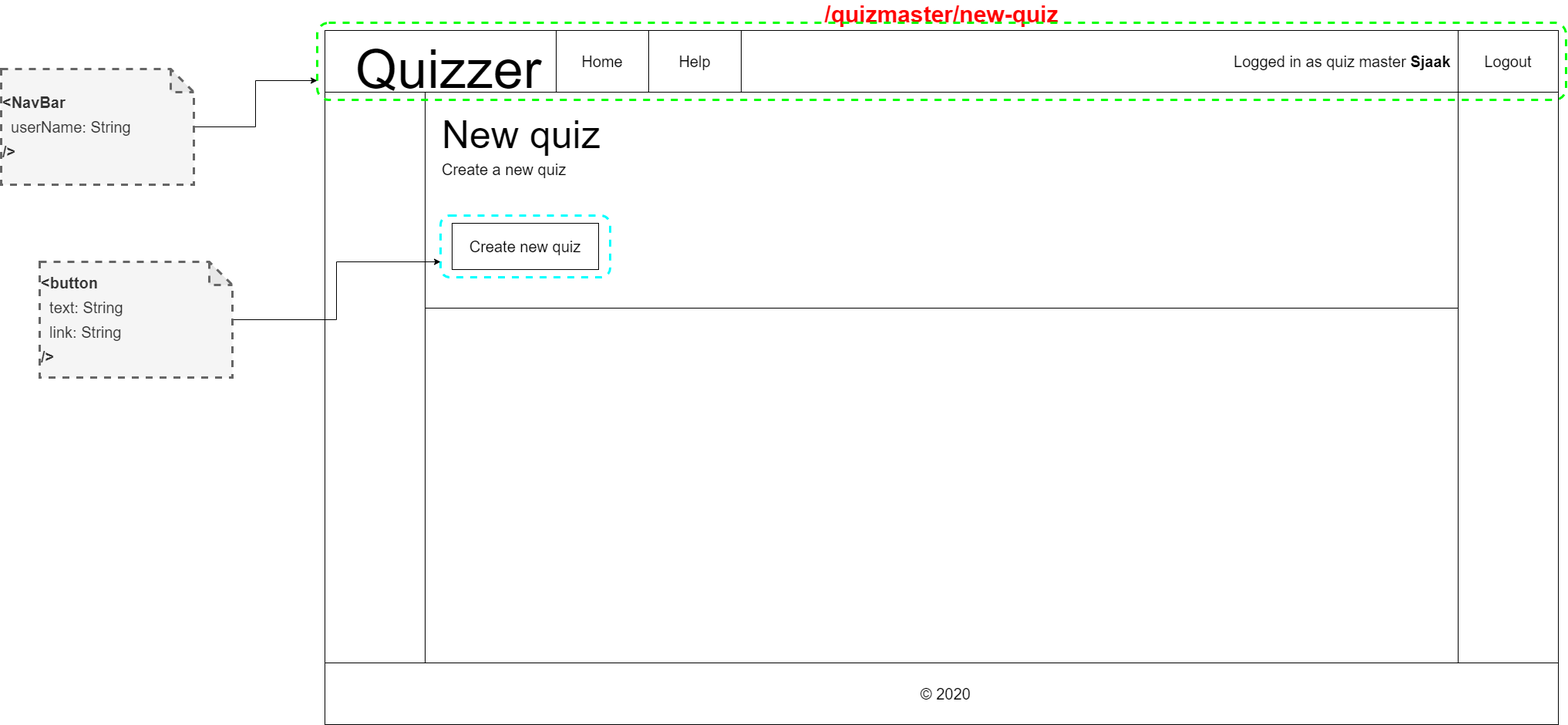
This is docs/wireframes-with-react-components/quizmaster-new-quiz.png from IkBenDeSjaak/Quizzer, a draw.io export, as it was before one commit. Source tidied: cells renumbered, new cells last; positions are measured from the earlier drawing's top-left corner, leaving out a move shared by most shapes.
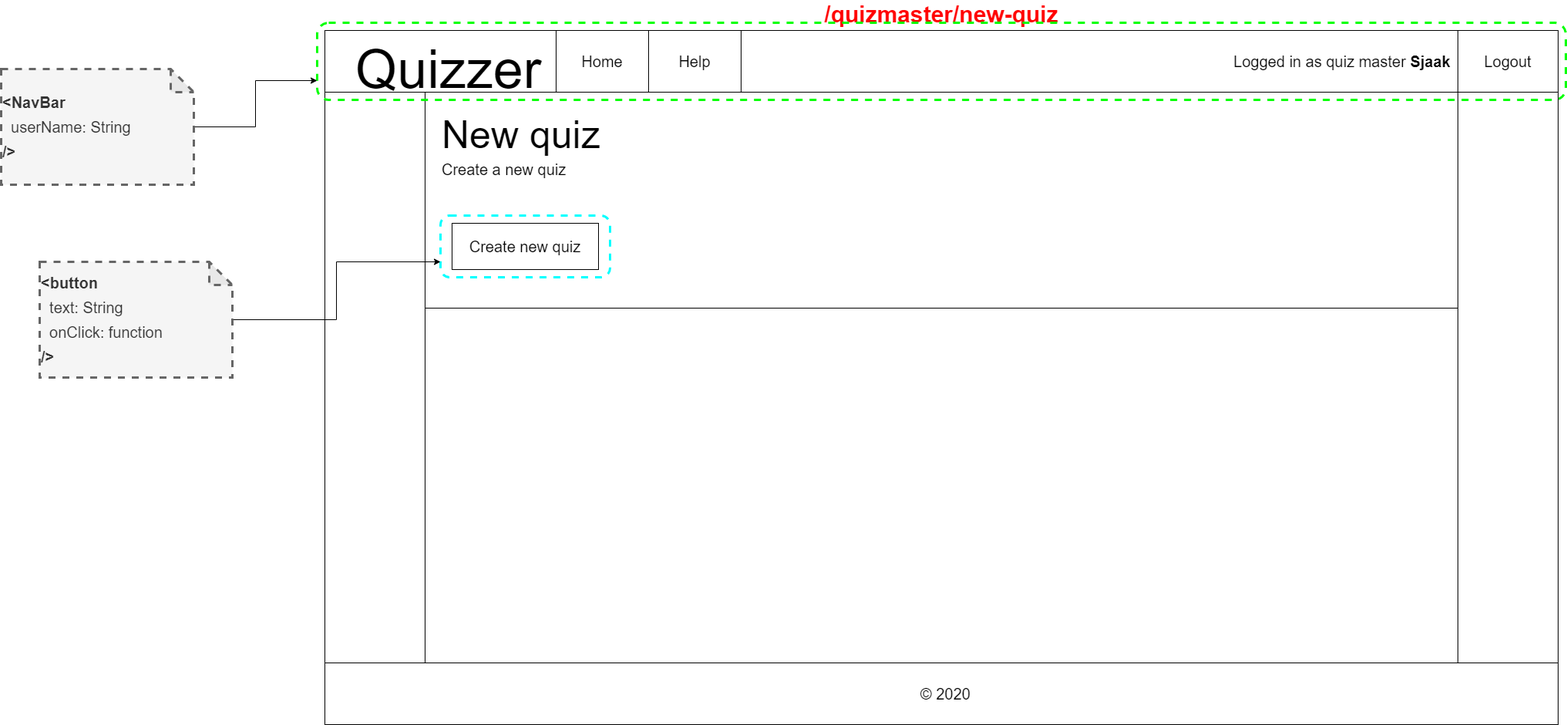
The same diagram one commit later.

Diff of the diagram source:
```diff
@@ -62,7 +62,7 @@
     <mxCell id="21" style="edgeStyle=orthogonalEdgeStyle;rounded=0;jettySize=auto;html=1;entryX=0;entryY=0.75;entryDx=0;entryDy=0;fontColor=#000000;" parent="1" edge="1" source="22" target="18">
       <mxGeometry relative="1" as="geometry" />
     </mxCell>
-    <mxCell id="22" value="&lt;b style=&quot;color: rgb(51 , 51 , 51) ; font-size: 20px&quot;&gt;&amp;lt;button&lt;/b&gt;&lt;br style=&quot;color: rgb(51 , 51 , 51) ; font-size: 20px&quot;&gt;&lt;span style=&quot;color: rgb(51 , 51 , 51) ; font-size: 20px&quot;&gt;&amp;nbsp; text: String&lt;/span&gt;&lt;br style=&quot;color: rgb(51 , 51 , 51) ; font-size: 20px&quot;&gt;&lt;span style=&quot;color: rgb(51 , 51 , 51) ; font-size: 20px&quot;&gt;&amp;nbsp; link: String&lt;/span&gt;&lt;br style=&quot;color: rgb(51 , 51 , 51) ; font-size: 20px&quot;&gt;&lt;b style=&quot;color: rgb(51 , 51 , 51) ; font-size: 20px&quot;&gt;/&amp;gt;&lt;/b&gt;" style="shape=note;whiteSpace=wrap;html=1;backgroundOutline=1;darkOpacity=0.05;dashed=1;strokeWidth=3;fillColor=#f5f5f5;align=left;strokeColor=#666666;fontColor=#333333;" parent="1" vertex="1">
+    <mxCell id="22" value="&lt;b style=&quot;color: rgb(51 , 51 , 51) ; font-size: 20px&quot;&gt;&amp;lt;button&lt;/b&gt;&lt;br style=&quot;color: rgb(51 , 51 , 51) ; font-size: 20px&quot;&gt;&lt;span style=&quot;color: rgb(51 , 51 , 51) ; font-size: 20px&quot;&gt;&amp;nbsp; text: String&lt;/span&gt;&lt;br style=&quot;color: rgb(51 , 51 , 51) ; font-size: 20px&quot;&gt;&lt;span style=&quot;color: rgb(51 , 51 , 51) ; font-size: 20px&quot;&gt;&amp;nbsp; onClick: function&lt;/span&gt;&lt;br style=&quot;color: rgb(51 , 51 , 51) ; font-size: 20px&quot;&gt;&lt;b style=&quot;color: rgb(51 , 51 , 51) ; font-size: 20px&quot;&gt;/&amp;gt;&lt;/b&gt;" style="shape=note;whiteSpace=wrap;html=1;backgroundOutline=1;darkOpacity=0.05;dashed=1;strokeWidth=3;fillColor=#f5f5f5;align=left;strokeColor=#666666;fontColor=#333333;" parent="1" vertex="1">
       <mxGeometry x="50" y="310" width="250" height="150" as="geometry" />
     </mxCell>
   </root>
```
